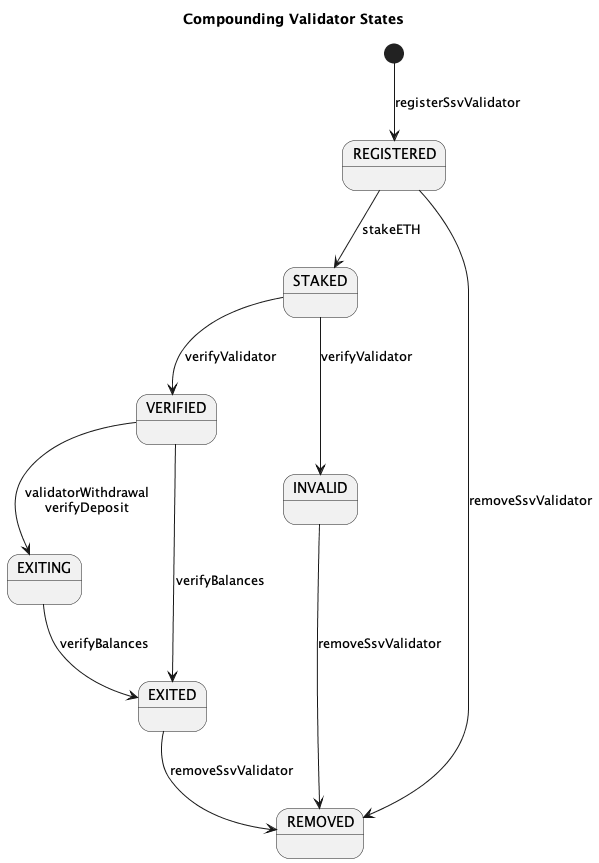
Before: contracts/docs/plantuml/stakingValidatorStates.png, a diagram exported from PlantUML (OriginProtocol/origin-dollar).
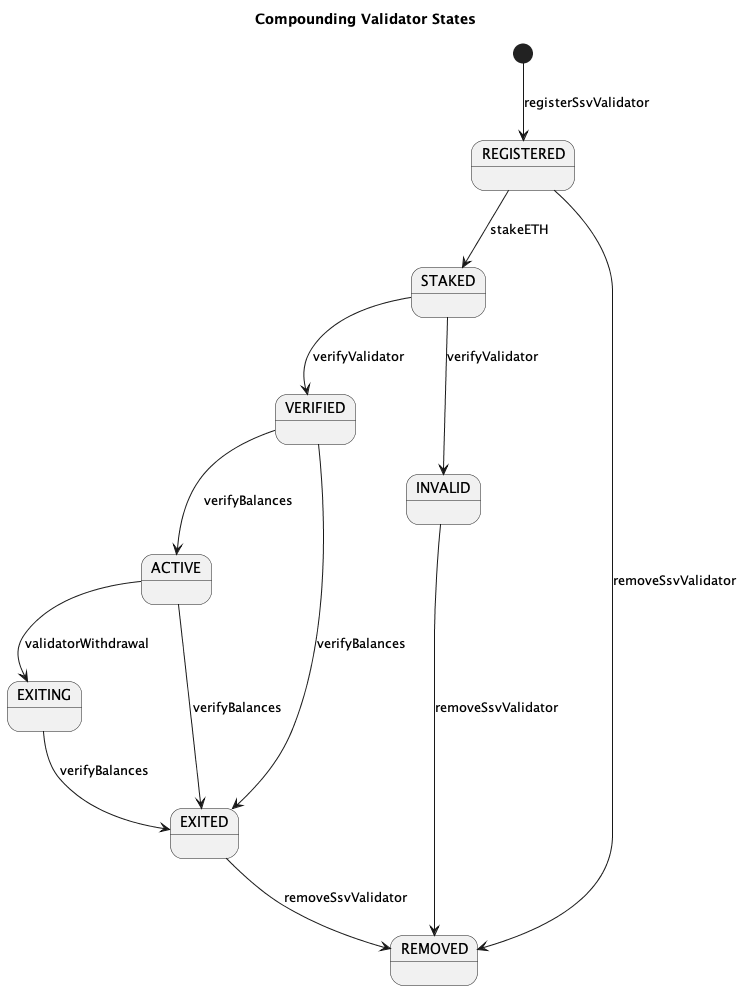
After the commit.

Commit message:
Updated validator state diagram

The edit, as a diff of the source:
```diff
@@ -9,7 +9,10 @@
 STAKED --> VERIFIED : verifyValidator
 STAKED --> INVALID : verifyValidator
 
-VERIFIED --> EXITING : validatorWithdrawal\nverifyDeposit
+VERIFIED --> ACTIVE : verifyBalances
+
+ACTIVE --> EXITING : validatorWithdrawal
+ACTIVE ---> EXITED : verifyBalances
 VERIFIED --> EXITED : verifyBalances
 EXITING --> EXITED : verifyBalances
 
@@ -17,6 +20,4 @@
 INVALID --> REMOVED : removeSsvValidator
 EXITED --> REMOVED : removeSsvValidator
 
-
-
 @enduml
```
